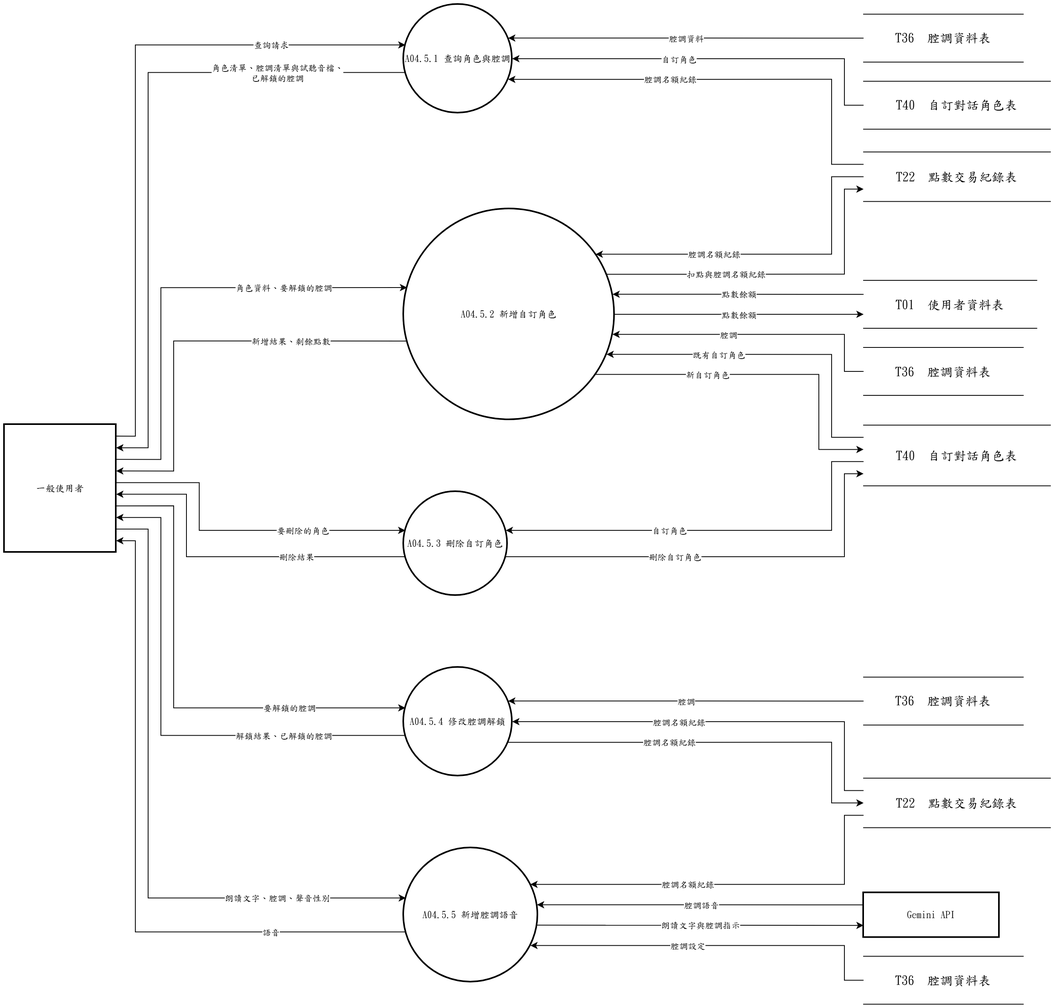
The draw.io diagram 系統文件/第6章/DFD圖/圖4/新/圖4-5.drawio.png in s22452007/115502, before a commit. Source tidied: cells renumbered, new cells last; positions are measured from the earlier drawing's top-left corner, leaving out a move shared by most shapes.
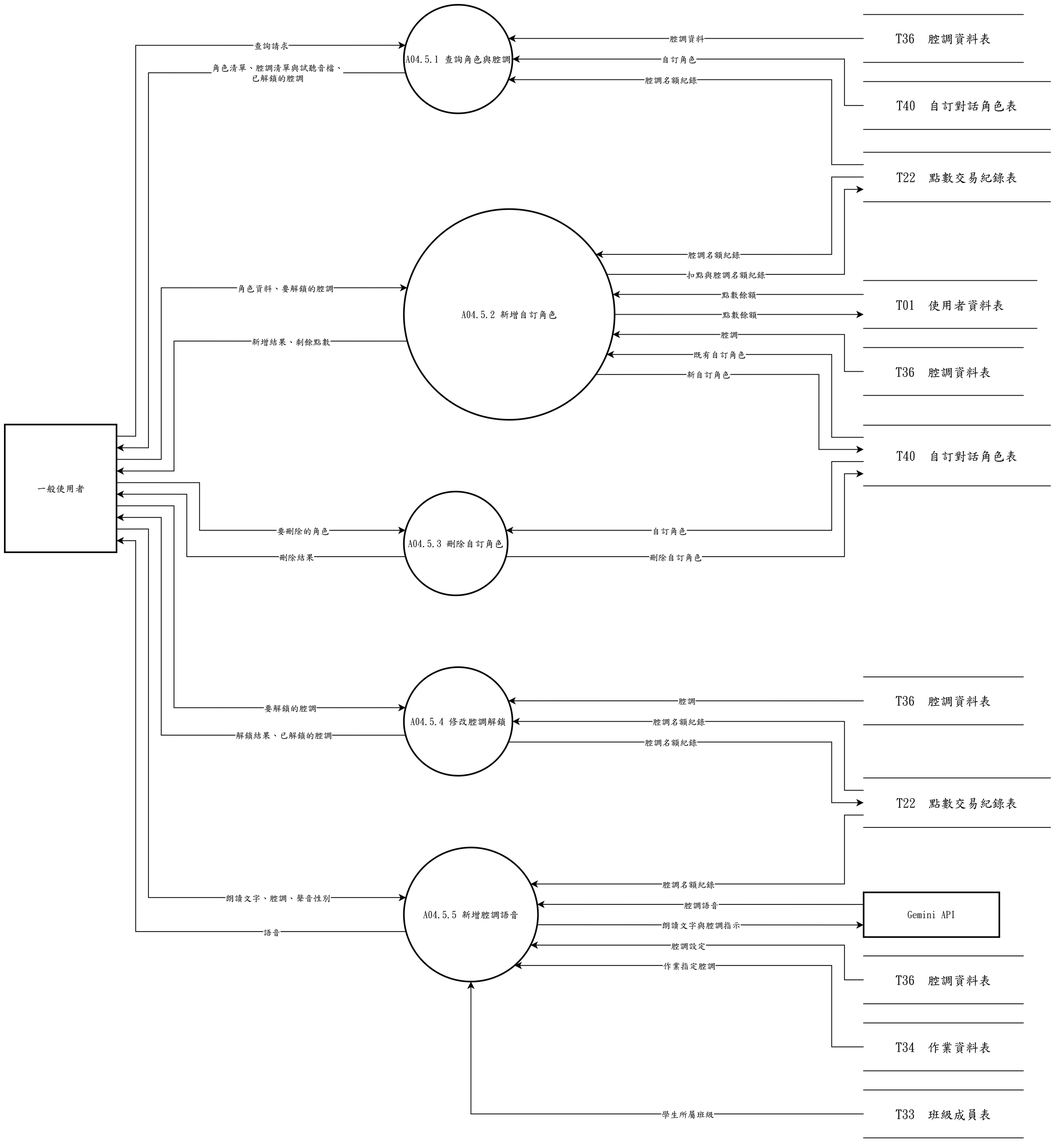
The same diagram one commit later.

What changed in the source:
```diff
@@ -339,5 +339,32 @@
     <mxCell id="75" value="朗讀文字與腔調指示" style="edgeLabel;html=1;align=center;verticalAlign=middle;fontFamily=標楷體;" parent="74" vertex="1">
       <mxGeometry relative="1" as="geometry" />
     </mxCell>
+    <mxCell id="76" value="T34  作業資料表" style="shape=partialRectangle;whiteSpace=wrap;html=1;left=0;right=0;fontFamily=標楷體;fontSize=16;" parent="1" vertex="1">
+      <mxGeometry x="1076" y="1275.8" width="200" height="60" as="geometry" />
+    </mxCell>
+    <mxCell id="77" value="T33  班級成員表" style="shape=partialRectangle;whiteSpace=wrap;html=1;left=0;right=0;fontFamily=標楷體;fontSize=16;" parent="1" vertex="1">
+      <mxGeometry x="1076" y="1359.8" width="200" height="60" as="geometry" />
+    </mxCell>
+    <mxCell id="78" style="edgeStyle=none;rounded=0;html=1;fontFamily=標楷體;endArrow=classic;exitX=0.0000;exitY=0.5000;exitDx=0;exitDy=0;exitPerimeter=0;entryX=0.8250;entryY=0.8800;entryDx=0;entryDy=0;entryPerimeter=0;" parent="1" edge="1" source="76" target="6">
+      <mxGeometry relative="1" as="geometry">
+        <Array as="points">
+          <mxPoint x="1036" y="1305.8" />
+          <mxPoint x="1036" y="1203.8" />
+        </Array>
+      </mxGeometry>
+    </mxCell>
+    <mxCell id="79" value="作業指定腔調" style="edgeLabel;html=1;align=center;verticalAlign=middle;fontFamily=標楷體;" parent="78" vertex="1">
+      <mxGeometry x="0.19" relative="1" as="geometry" />
+    </mxCell>
+    <mxCell id="80" style="edgeStyle=none;rounded=0;html=1;fontFamily=標楷體;endArrow=classic;exitX=0.0000;exitY=0.5000;exitDx=0;exitDy=0;exitPerimeter=0;entryX=0.5000;entryY=1.0000;entryDx=0;entryDy=0;entryPerimeter=0;" parent="1" edge="1" source="77" target="6">
+      <mxGeometry relative="1" as="geometry">
+        <Array as="points">
+          <mxPoint x="584" y="1389.8" />
+        </Array>
+      </mxGeometry>
+    </mxCell>
+    <mxCell id="81" value="學生所屬班級" style="edgeLabel;html=1;align=center;verticalAlign=middle;fontFamily=標楷體;" parent="80" vertex="1">
+      <mxGeometry x="-0.33" relative="1" as="geometry" />
+    </mxCell>
   </root>
 </mxGraphModel>
```
